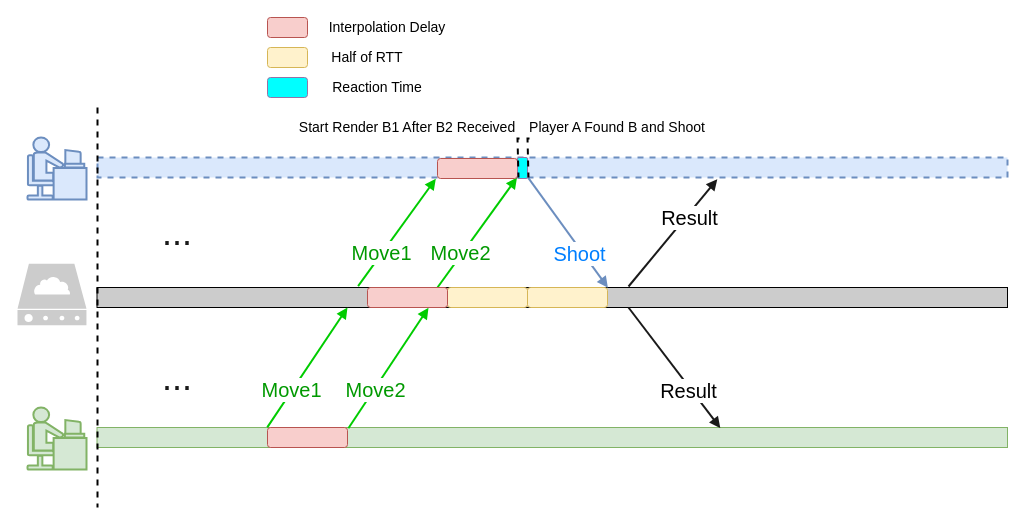
This is page "replay 2" (8 of 12) of booming/Booming 104ppt-17.drawio from yrdimple/flowChart, a draw.io file, before an edit. Source tidied: cells renumbered, new cells numbered last; positions are measured from the earlier drawing's top-left corner, leaving out a move shared by most shapes. Both pictures are drawn from the tidied source at 100%, with x=0, y=0 at pixel (17, 17).
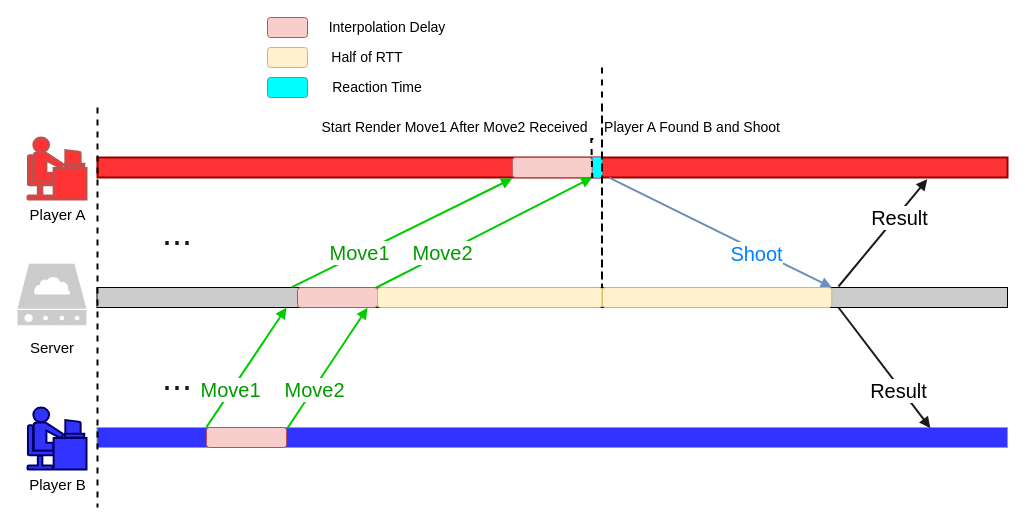
After the change.

What changed in the source:
```diff
@@
-    <mxCell id="3" style="rounded=0;whiteSpace=wrap;html=1;fillColor=#d5e8d4;strokeColor=#82b366;" parent="1" vertex="1">
+    <mxCell id="3" style="rounded=0;whiteSpace=wrap;html=1;fillColor=#3333FF;strokeColor=#82b366;" parent="1" vertex="1">
       <mxGeometry x="79.5" y="410" width="910.5" height="20" as="geometry" />
     </mxCell>
-    <mxCell id="4" style="rounded=0;whiteSpace=wrap;html=1;fillColor=#dae8fc;strokeColor=#6c8ebf;dashed=1;strokeWidth=2;" parent="1" vertex="1">
+    <mxCell id="4" style="rounded=0;whiteSpace=wrap;html=1;fillColor=#FF3333;strokeColor=#990000;strokeWidth=2;" parent="1" vertex="1">
       <mxGeometry x="80" y="140" width="910" height="20" as="geometry" />
     </mxCell>
@@
-    <mxCell id="6" style="endArrow=block;html=1;rounded=0;strokeWidth=2;fillColor=#ffff88;strokeColor=#00CC00;fontColor=#009900;endFill=1;fontSize=20;exitX=0.187;exitY=-0.004;exitDx=0;exitDy=0;exitPerimeter=0;" parent="1" edge="1" source="3">
+    <mxCell id="6" style="endArrow=block;html=1;rounded=0;strokeWidth=2;fillColor=#ffff88;strokeColor=#00CC00;fontColor=#009900;endFill=1;fontSize=20;exitX=0.187;exitY=-0.004;exitDx=0;exitDy=0;exitPerimeter=0;" parent="1" edge="1">
       <mxGeometry relative="1" as="geometry">
-        <mxPoint x="330" y="290" as="targetPoint" />
+        <mxPoint x="188.8" y="409.9" as="sourcePoint" />
+        <mxPoint x="269" y="290" as="targetPoint" />
       </mxGeometry>
     </mxCell>
@@
     <mxCell id="8" style="endArrow=block;html=1;rounded=0;strokeWidth=2;fillColor=#dae8fc;gradientColor=#7ea6e0;strokeColor=#1A1A1A;endFill=1;entryX=0.801;entryY=0.029;entryDx=0;entryDy=0;entryPerimeter=0;fontSize=20;" parent="1" edge="1">
       <mxGeometry relative="1" as="geometry">
-        <mxPoint x="611" y="290" as="sourcePoint" />
-        <mxPoint x="702.8" y="410.6" as="targetPoint" />
+        <mxPoint x="821" y="290" as="sourcePoint" />
+        <mxPoint x="912.8" y="410.6" as="targetPoint" />
       </mxGeometry>
     </mxCell>
@@
     <mxCell id="10" style="endArrow=block;html=1;rounded=0;strokeWidth=2;exitX=0.275;exitY=0.039;exitDx=0;exitDy=0;exitPerimeter=0;fillColor=#ffff88;strokeColor=#00CC00;fontColor=#009900;endFill=1;entryX=0.363;entryY=1.017;entryDx=0;entryDy=0;entryPerimeter=0;fontSize=20;" parent="1" edge="1">
       <mxGeometry relative="1" as="geometry">
-        <mxPoint x="330.9" y="410.8" as="sourcePoint" />
-        <mxPoint x="411" y="290.3" as="targetPoint" />
+        <mxPoint x="269.9" y="410.8" as="sourcePoint" />
+        <mxPoint x="350" y="290.3" as="targetPoint" />
       </mxGeometry>
     </mxCell>
@@
-    <mxCell id="15" style="rounded=1;whiteSpace=wrap;html=1;fontSize=20;strokeWidth=1;fillColor=#fff2cc;strokeColor=#d6b656;" parent="1" vertex="1">
-      <mxGeometry x="510" y="270" width="80" height="20" as="geometry" />
-    </mxCell>
@@
-    <mxCell id="17" style="shape=mxgraph.cisco.people.androgenous_person;html=1;dashed=0;fillColor=#dae8fc;strokeColor=#6c8ebf;strokeWidth=2;verticalLabelPosition=bottom;verticalAlign=top;align=center;fontSize=15;gradientColor=none;" parent="1" vertex="1">
+    <mxCell id="17" value="Player A" style="shape=mxgraph.cisco.people.androgenous_person;html=1;dashed=0;fillColor=#FF3333;strokeColor=#b85450;strokeWidth=2;verticalLabelPosition=bottom;verticalAlign=top;align=center;fontSize=15;" parent="1" vertex="1">
       <mxGeometry x="10" y="120" width="59" height="62" as="geometry" />
     </mxCell>
-    <mxCell id="18" style="shape=mxgraph.cisco.people.androgenous_person;html=1;dashed=0;fillColor=#d5e8d4;strokeColor=#82b366;strokeWidth=2;verticalLabelPosition=bottom;verticalAlign=top;align=center;fontSize=15;" parent="1" vertex="1">
+    <mxCell id="18" value="Player B" style="shape=mxgraph.cisco.people.androgenous_person;html=1;dashed=0;fillColor=#3333FF;strokeColor=#000066;strokeWidth=2;verticalLabelPosition=bottom;verticalAlign=top;align=center;fontSize=15;" parent="1" vertex="1">
       <mxGeometry x="10" y="390" width="59" height="62" as="geometry" />
     </mxCell>
-    <mxCell id="19" style="endArrow=block;html=1;rounded=0;strokeWidth=2;entryX=0.363;entryY=1.059;entryDx=0;entryDy=0;fillColor=#ffff88;strokeColor=#00CC00;fontColor=#009900;endFill=1;entryPerimeter=0;fontSize=20;exitX=0.278;exitY=-0.071;exitDx=0;exitDy=0;exitPerimeter=0;" parent="1" edge="1">
+    <mxCell id="19" style="endArrow=block;html=1;rounded=0;strokeWidth=2;fillColor=#ffff88;strokeColor=#00CC00;fontColor=#009900;endFill=1;fontSize=20;exitX=0.278;exitY=-0.071;exitDx=0;exitDy=0;exitPerimeter=0;" parent="1" edge="1">
       <mxGeometry relative="1" as="geometry">
-        <mxPoint x="340.6" y="268.6" as="sourcePoint" />
-        <mxPoint x="418.3" y="161.2" as="targetPoint" />
+        <mxPoint x="274.4" y="269.6" as="sourcePoint" />
+        <mxPoint x="494.8" y="161" as="targetPoint" />
       </mxGeometry>
     </mxCell>
@@
-    <mxCell id="21" style="endArrow=block;html=1;rounded=0;strokeWidth=2;entryX=0.472;entryY=1;entryDx=0;entryDy=0;fillColor=#ffff88;strokeColor=#00CC00;fontColor=#009900;endFill=1;entryPerimeter=0;fontSize=20;exitX=0.25;exitY=0;exitDx=0;exitDy=0;" parent="1" edge="1">
+    <mxCell id="21" style="endArrow=block;html=1;rounded=0;strokeWidth=2;entryX=1;entryY=1;entryDx=0;entryDy=0;fillColor=#ffff88;strokeColor=#00CC00;fontColor=#009900;endFill=1;fontSize=20;exitX=0.25;exitY=0;exitDx=0;exitDy=0;" parent="1" edge="1" target="28">
       <mxGeometry relative="1" as="geometry">
-        <mxPoint x="420" y="270" as="sourcePoint" />
-        <mxPoint x="499.5" y="160" as="targetPoint" />
+        <mxPoint x="359" y="270" as="sourcePoint" />
       </mxGeometry>
     </mxCell>
@@
-    <mxCell id="23" style="endArrow=block;html=1;rounded=0;strokeWidth=2;fillColor=#dae8fc;strokeColor=#6c8ebf;endFill=1;exitX=0.516;exitY=1.012;exitDx=0;exitDy=0;exitPerimeter=0;fontSize=20;entryX=0.604;entryY=0.008;entryDx=0;entryDy=0;entryPerimeter=0;" parent="1" edge="1">
+    <mxCell id="23" style="endArrow=block;html=1;rounded=0;strokeWidth=2;fillColor=#dae8fc;strokeColor=#6c8ebf;endFill=1;exitX=0.516;exitY=1.012;exitDx=0;exitDy=0;exitPerimeter=0;fontSize=20;entryX=1;entryY=0;entryDx=0;entryDy=0;" parent="1" edge="1" target="43">
       <mxGeometry relative="1" as="geometry">
-        <mxPoint x="510.6" y="160.2" as="sourcePoint" />
-        <mxPoint x="590.4" y="270.2" as="targetPoint" />
+        <mxPoint x="591.6" y="160.2" as="sourcePoint" />
       </mxGeometry>
     </mxCell>
@@
-    <mxCell id="25" style="rounded=1;whiteSpace=wrap;html=1;fontSize=20;strokeWidth=1;fillColor=#fff2cc;strokeColor=#d6b656;" parent="1" vertex="1">
-      <mxGeometry x="430" y="270" width="80" height="20" as="geometry" />
-    </mxCell>
     <mxCell id="26" style="rounded=1;whiteSpace=wrap;html=1;fontSize=20;strokeWidth=1;fillColor=#f8cecc;strokeColor=#b85450;" parent="1" vertex="1">
-      <mxGeometry x="350" y="270" width="80" height="20" as="geometry" />
+      <mxGeometry x="280" y="270" width="80" height="20" as="geometry" />
     </mxCell>
     <mxCell id="27" value="Player A Found B and Shoot" style="text;html=1;strokeColor=none;fillColor=none;align=center;verticalAlign=middle;whiteSpace=wrap;rounded=0;fontSize=14;" parent="1" vertex="1">
-      <mxGeometry x="510" y="100" width="180" height="20" as="geometry" />
+      <mxGeometry x="584.8" y="100" width="180" height="20" as="geometry" />
     </mxCell>
     <mxCell id="28" style="rounded=1;whiteSpace=wrap;html=1;fontSize=20;strokeWidth=1;fillColor=#f8cecc;strokeColor=#b85450;" parent="1" vertex="1">
-      <mxGeometry x="420" y="141" width="80" height="20" as="geometry" />
+      <mxGeometry x="494.8" y="140" width="80" height="20" as="geometry" />
     </mxCell>
     <mxCell id="29" style="endArrow=block;html=1;rounded=0;strokeWidth=2;fillColor=#dae8fc;gradientColor=#7ea6e0;strokeColor=#1A1A1A;endFill=1;entryX=0.713;entryY=1.084;entryDx=0;entryDy=0;entryPerimeter=0;fontSize=20;" parent="1" edge="1">
       <mxGeometry relative="1" as="geometry">
-        <mxPoint x="611" y="269" as="sourcePoint" />
-        <mxPoint x="699.8" y="161.7" as="targetPoint" />
+        <mxPoint x="821" y="269" as="sourcePoint" />
+        <mxPoint x="909.8" y="161.7" as="targetPoint" />
       </mxGeometry>
     </mxCell>
@@
     <mxCell id="31" style="rounded=1;whiteSpace=wrap;html=1;fontSize=20;strokeWidth=1;fillColor=#f8cecc;strokeColor=#b85450;" parent="1" vertex="1">
-      <mxGeometry x="250" y="410" width="80" height="20" as="geometry" />
+      <mxGeometry x="189" y="410" width="80" height="20" as="geometry" />
     </mxCell>
@@
     <mxCell id="36" style="rounded=1;whiteSpace=wrap;html=1;fontSize=20;strokeWidth=1;fillColor=#00FFFF;strokeColor=#9673a6;" parent="1" vertex="1">
-      <mxGeometry x="500" y="140" width="10" height="21" as="geometry" />
+      <mxGeometry x="574.8" y="139.5" width="10" height="21" as="geometry" />
     </mxCell>
-    <mxCell id="37" style="edgeStyle=orthogonalEdgeStyle;rounded=0;orthogonalLoop=1;jettySize=auto;html=1;dashed=1;endArrow=none;endFill=0;strokeWidth=2;startArrow=none;" parent="1" edge="1">
-      <mxGeometry relative="1" as="geometry">
-        <mxPoint x="511" y="120" as="sourcePoint" />
-        <mxPoint x="511" y="160" as="targetPoint" />
-        <Array as="points">
-          <mxPoint x="510" y="121" />
-        </Array>
-      </mxGeometry>
-    </mxCell>
     <mxCell id="38" style="edgeStyle=orthogonalEdgeStyle;rounded=0;orthogonalLoop=1;jettySize=auto;html=1;dashed=1;endArrow=none;endFill=0;strokeWidth=2;startArrow=none;" parent="1" edge="1">
       <mxGeometry relative="1" as="geometry">
-        <mxPoint x="501" y="120" as="sourcePoint" />
-        <mxPoint x="501" y="160" as="targetPoint" />
+        <mxPoint x="574.8" y="120.5" as="sourcePoint" />
+        <mxPoint x="574.8" y="160.5" as="targetPoint" />
         <Array as="points">
-          <mxPoint x="500" y="121" />
+          <mxPoint x="573.8" y="121.5" />
         </Array>
       </mxGeometry>
     </mxCell>
-    <mxCell id="39" value="Start Render B1 After B2 Received" style="text;html=1;strokeColor=none;fillColor=none;align=center;verticalAlign=middle;whiteSpace=wrap;rounded=0;fontSize=14;" parent="1" vertex="1">
-      <mxGeometry x="280" y="100" width="220" height="20" as="geometry" />
+    <mxCell id="39" value="Start Render Move1 After Move2 Received" style="text;html=1;strokeColor=none;fillColor=none;align=center;verticalAlign=middle;whiteSpace=wrap;rounded=0;fontSize=14;" parent="1" vertex="1">
+      <mxGeometry x="300" y="100" width="274.8" height="20" as="geometry" />
     </mxCell>
@@
+    <mxCell id="42" style="rounded=1;whiteSpace=wrap;html=1;fontSize=20;strokeWidth=1;fillColor=#fff2cc;strokeColor=#d6b656;" parent="1" vertex="1">
+      <mxGeometry x="360" y="270" width="224.8" height="20" as="geometry" />
+    </mxCell>
+    <mxCell id="43" style="rounded=1;whiteSpace=wrap;html=1;fontSize=20;strokeWidth=1;fillColor=#fff2cc;strokeColor=#d6b656;" parent="1" vertex="1">
+      <mxGeometry x="584.8" y="270" width="229.5" height="20" as="geometry" />
+    </mxCell>
+    <mxCell id="44" style="edgeStyle=orthogonalEdgeStyle;rounded=0;orthogonalLoop=1;jettySize=auto;html=1;dashed=1;endArrow=none;endFill=0;strokeWidth=2;startArrow=none;" parent="1" edge="1">
+      <mxGeometry relative="1" as="geometry">
+        <mxPoint x="584.5" y="50" as="sourcePoint" />
+        <mxPoint x="584.5" y="90" as="targetPoint" />
+        <Array as="points">
+          <mxPoint x="584.7" y="270" />
+          <mxPoint x="584.7" y="270" />
+        </Array>
+      </mxGeometry>
+    </mxCell>
+    <mxCell id="45" value="Server" style="text;html=1;strokeColor=none;fillColor=none;align=center;verticalAlign=middle;whiteSpace=wrap;rounded=0;fontSize=15;" parent="1" vertex="1">
+      <mxGeometry x="5" y="315" width="60" height="30" as="geometry" />
+    </mxCell>
```
